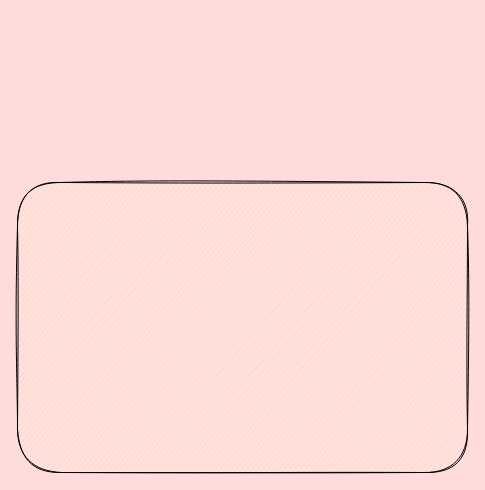
michieet/mtll-SDI-Project keeps this draw.io diagram as Untitled Diagram.drawio. Above is the earlier version. Source tidied: cells renumbered, new cells numbered last; positions are measured from the earlier drawing's top-left corner, leaving out a move shared by most shapes. Both pictures are drawn from the tidied source at 100%, with x=0, y=0 at pixel (17, 182).
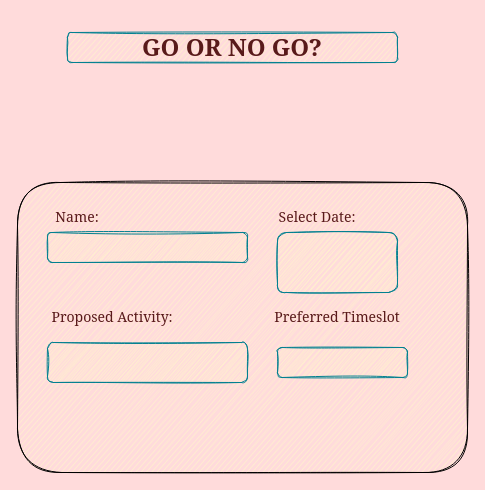
After the change.

Commit message (it also covers changes not shown here):
mtll-M1ProjectLayout

What changed in the source:
```diff
@@
 <mxGraphModel background="#FFDBDB">
   <root>
     <mxCell id="0" />
     <mxCell id="1" parent="0" />
     <mxCell id="2" style="rounded=1;whiteSpace=wrap;html=1;shadow=0;sketch=1;fillColor=#FFF2CC;" parent="1" vertex="1">
       <mxGeometry width="450" height="290" as="geometry" />
     </mxCell>
+    <mxCell id="3" value="&lt;h1&gt;&lt;font&gt;GO OR NO GO?&lt;/font&gt;&lt;/h1&gt;" style="rounded=1;whiteSpace=wrap;html=1;shadow=0;sketch=1;fontColor=#591A1A;strokeColor=#028090;fillColor=#FFF2CC;fontFamily=Georgia;" parent="1" vertex="1">
+      <mxGeometry x="50" y="-150" width="330" height="30" as="geometry" />
+    </mxCell>
+    <mxCell id="4" style="rounded=1;whiteSpace=wrap;html=1;shadow=0;sketch=1;fontFamily=Georgia;fontColor=#591A1A;strokeColor=#028090;fillColor=#FFF2CC;" parent="1" vertex="1">
+      <mxGeometry x="30" y="50" width="200" height="30" as="geometry" />
+    </mxCell>
+    <mxCell id="5" value="Name:" style="text;html=1;strokeColor=none;fillColor=none;align=center;verticalAlign=middle;whiteSpace=wrap;rounded=0;shadow=0;sketch=1;fontFamily=Georgia;fontColor=#591A1A;fontSize=14;" parent="1" vertex="1">
+      <mxGeometry x="30" y="20" width="60" height="30" as="geometry" />
+    </mxCell>
+    <mxCell id="6" value="Select Date:" style="text;html=1;strokeColor=none;fillColor=none;align=center;verticalAlign=middle;whiteSpace=wrap;rounded=0;shadow=0;sketch=1;fontFamily=Georgia;fontSize=14;fontColor=#591A1A;" parent="1" vertex="1">
+      <mxGeometry x="250" y="20" width="100" height="30" as="geometry" />
+    </mxCell>
+    <mxCell id="7" style="rounded=1;whiteSpace=wrap;html=1;shadow=0;sketch=1;fontFamily=Georgia;fontSize=14;fontColor=#591A1A;strokeColor=#028090;fillColor=#FFF2CC;" parent="1" vertex="1">
+      <mxGeometry x="260" y="50" width="120" height="60" as="geometry" />
+    </mxCell>
+    <mxCell id="8" style="rounded=1;whiteSpace=wrap;html=1;shadow=0;sketch=1;fontFamily=Georgia;fontSize=14;fontColor=#591A1A;strokeColor=#028090;fillColor=#FFF2CC;" parent="1" vertex="1">
+      <mxGeometry x="30" y="160" width="200" height="40" as="geometry" />
+    </mxCell>
+    <mxCell id="9" value="Proposed Activity:" style="text;html=1;strokeColor=none;fillColor=none;align=center;verticalAlign=middle;whiteSpace=wrap;rounded=0;shadow=0;sketch=1;fontFamily=Georgia;fontSize=14;fontColor=#591A1A;" parent="1" vertex="1">
+      <mxGeometry x="20" y="120" width="150" height="30" as="geometry" />
+    </mxCell>
+    <mxCell id="10" style="rounded=1;whiteSpace=wrap;html=1;shadow=0;sketch=1;fontFamily=Georgia;fontSize=14;fontColor=#591A1A;strokeColor=#028090;fillColor=#FFF2CC;" parent="1" vertex="1">
+      <mxGeometry x="260" y="165" width="130" height="30" as="geometry" />
+    </mxCell>
+    <mxCell id="11" value="Preferred Timeslot" style="text;html=1;strokeColor=none;fillColor=none;align=center;verticalAlign=middle;whiteSpace=wrap;rounded=0;shadow=0;sketch=1;fontFamily=Georgia;fontSize=14;fontColor=#591A1A;" parent="1" vertex="1">
+      <mxGeometry x="255" y="120" width="130" height="30" as="geometry" />
+    </mxCell>
   </root>
 </mxGraphModel>
```
